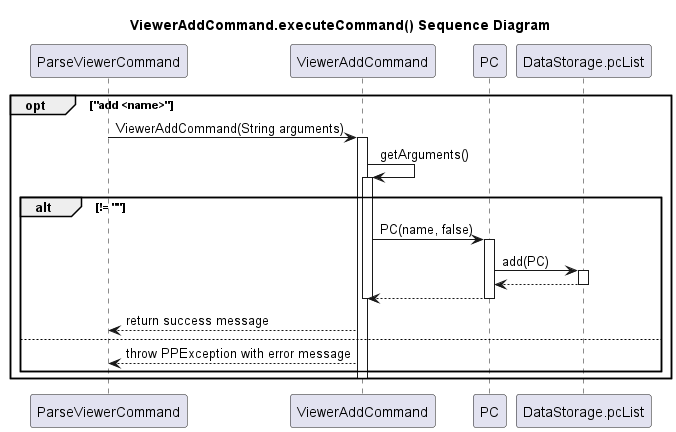
The PlantUML diagram docs/uml-pictures/ViewerAddCommand.png in typingpanda/tp, before a commit.
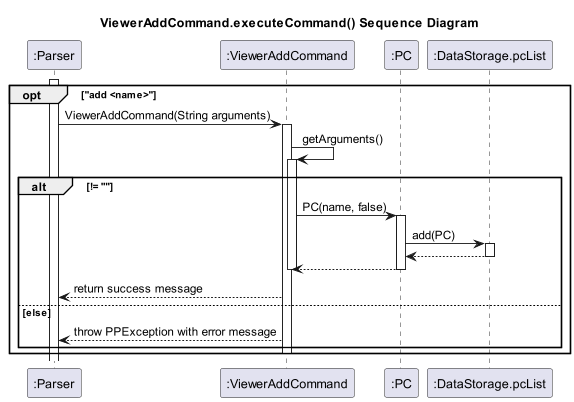
After the commit.

Commit message:
Update ViewerAddCommand in the developer guide. Change ParseViewerCommand to Parser Added activation bar for Parser Update argument description to be of type String

What changed in the source:
```diff
@@ -1,13 +1,14 @@
 @startuml
 title ViewerAddCommand.executeCommand() Sequence Diagram
 
-participant ParseViewerCommand
-participant ViewerAddCommand
-participant PC
-participant DataStorage.pcList
+participant ":Parser" as Parser
+participant ":ViewerAddCommand" as ViewerAddCommand
+participant ":PC" as PC
+participant ":DataStorage.pcList" as DataStorage.pcList
 
+activate Parser
 opt "add <name>"
-ParseViewerCommand -> ViewerAddCommand: ViewerAddCommand(String arguments)
+Parser -> ViewerAddCommand: ViewerAddCommand(String arguments)
 activate ViewerAddCommand
 ViewerAddCommand -> ViewerAddCommand: getArguments()
 activate ViewerAddCommand
@@ -21,9 +22,9 @@
     PC --> ViewerAddCommand
     deactivate PC
     deactivate ViewerAddCommand
-    ViewerAddCommand --> ParseViewerCommand: return success message
-else
-    ViewerAddCommand --> ParseViewerCommand: throw PPException with error message
+    ViewerAddCommand --> Parser: return success message
+else else
+    ViewerAddCommand --> Parser: throw PPException with error message
 end
 
 deactivate ViewerAddCommand
```
